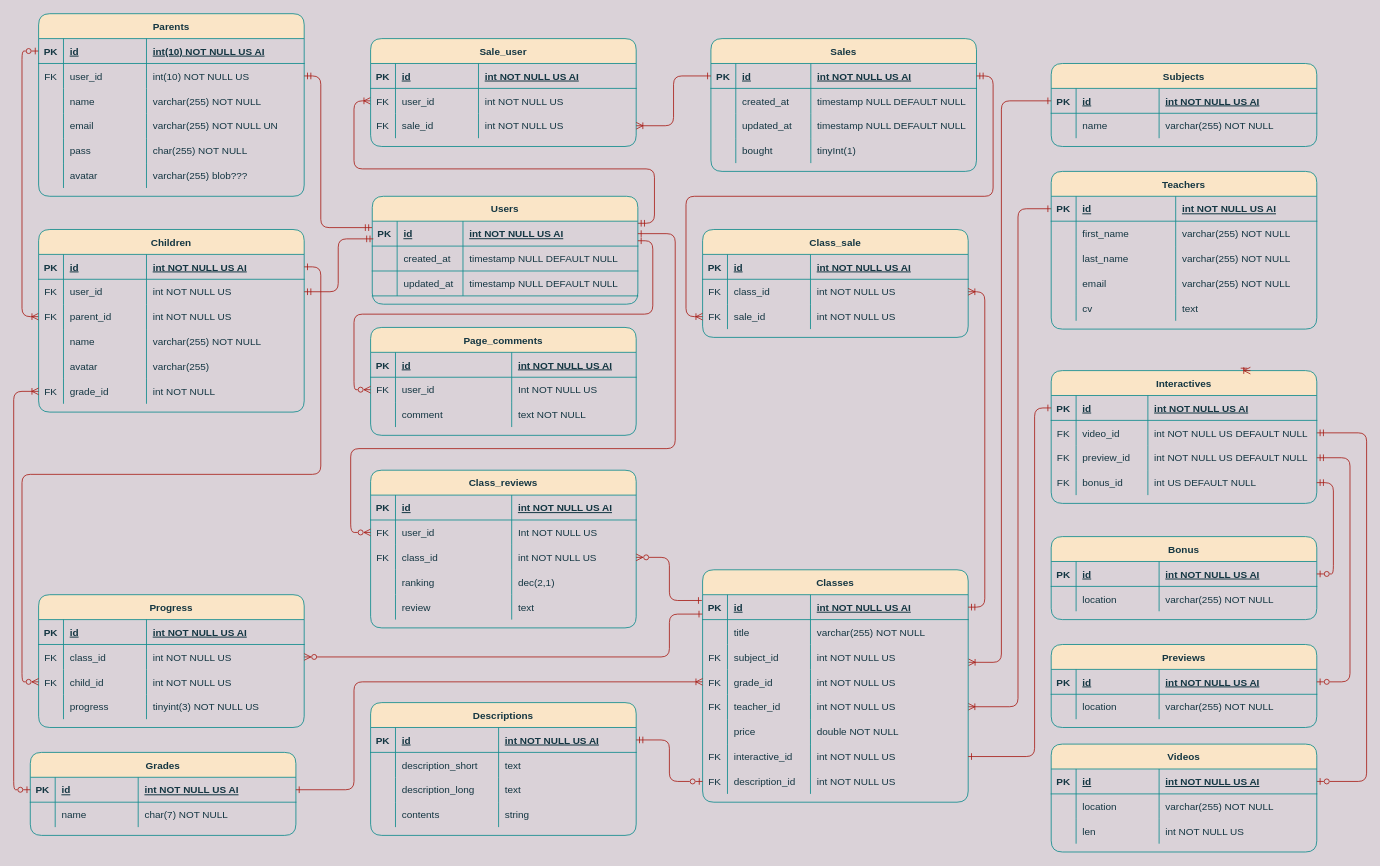
The draw.io diagram MundoSapienDB.drawio in 0921CDFSNCN22LAED/grupo-02, before the edit. Source tidied: cells renumbered, new cells numbered last; positions are measured from the earlier drawing's top-left corner, leaving out a move shared by most shapes. Both pictures are drawn from the tidied source at 83%, with x=0, y=0 at pixel (30, 13).
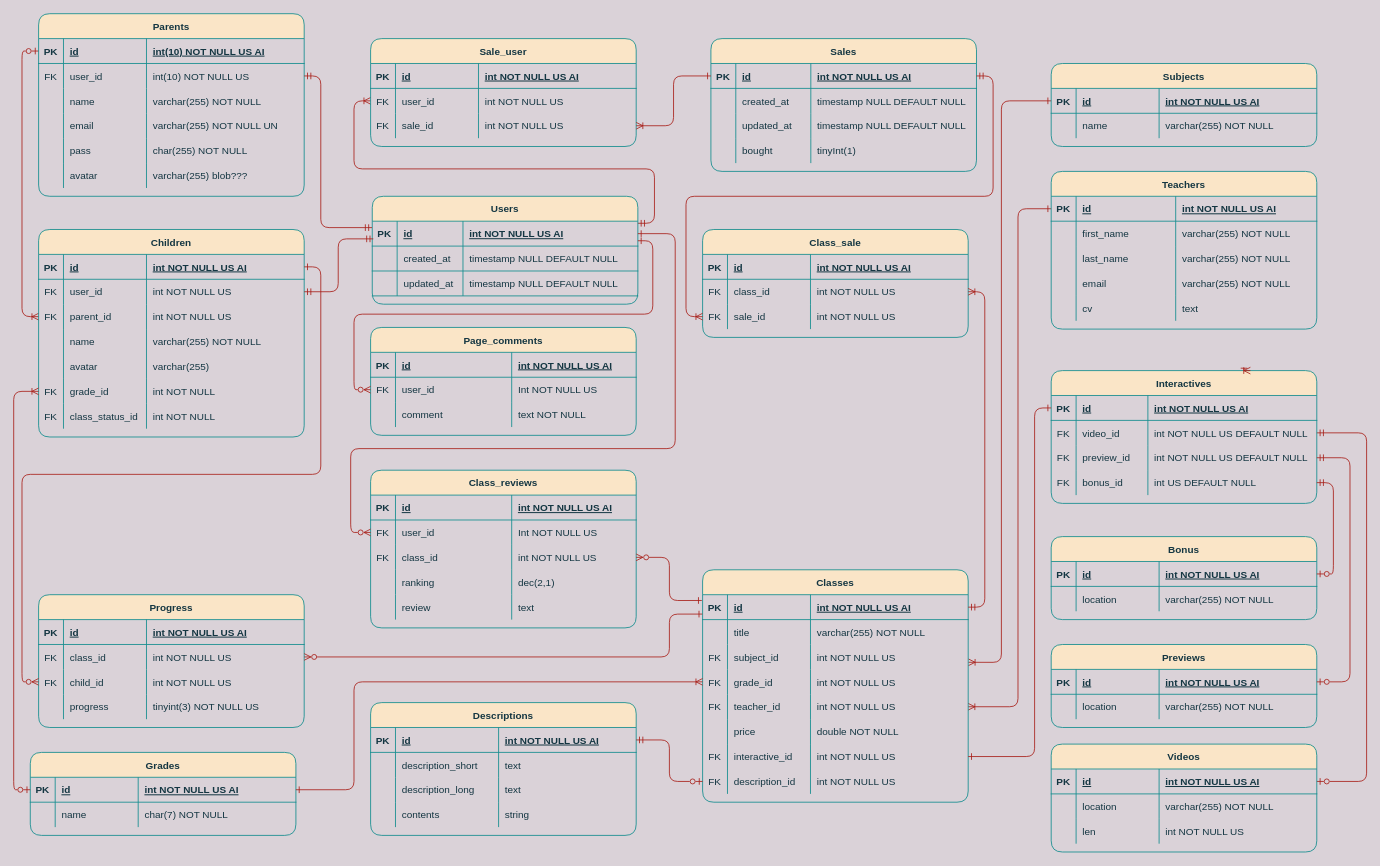
The same diagram, later.

Change to the diagram source:
```diff
@@
     <mxCell id="30" value="Children" style="shape=table;startSize=30;childLayout=tableLayout;rowLines=0;fontStyle=1;align=center;rounded=1;fillColor=#FAE5C7;strokeColor=#0F8B8D;fontColor=#143642;" parent="1" vertex="1">
-      <mxGeometry x="10" y="260" width="320" height="220" as="geometry" />
+      <mxGeometry x="10" y="260" width="320" height="250" as="geometry" />
     </mxCell>
@@
+    <mxCell id="318" style="shape=partialRectangle;fillColor=none;top=0;left=0;right=0;bottom=0;rounded=1;strokeColor=#0F8B8D;fontColor=#143642;" parent="30" vertex="1">
+      <mxGeometry y="210" width="320" height="30" as="geometry" />
+    </mxCell>
+    <mxCell id="319" value="FK" style="shape=partialRectangle;overflow=hidden;fillColor=none;top=0;left=0;bottom=0;right=0;rounded=1;strokeColor=#0F8B8D;fontColor=#143642;" parent="318" vertex="1">
+      <mxGeometry width="30" height="30" as="geometry" />
+    </mxCell>
+    <mxCell id="320" value="class_status_id" style="shape=partialRectangle;overflow=hidden;fillColor=none;top=0;left=0;bottom=0;right=0;align=left;spacingLeft=6;rounded=1;strokeColor=#0F8B8D;fontColor=#143642;" parent="318" vertex="1">
+      <mxGeometry x="30" width="100" height="30" as="geometry" />
+    </mxCell>
+    <mxCell id="321" value="int NOT NULL" style="shape=partialRectangle;overflow=hidden;fillColor=none;top=0;left=0;bottom=0;right=0;align=left;spacingLeft=6;rounded=1;strokeColor=#0F8B8D;fontColor=#143642;" parent="318" vertex="1">
+      <mxGeometry x="130" width="190" height="30" as="geometry" />
+    </mxCell>
```
